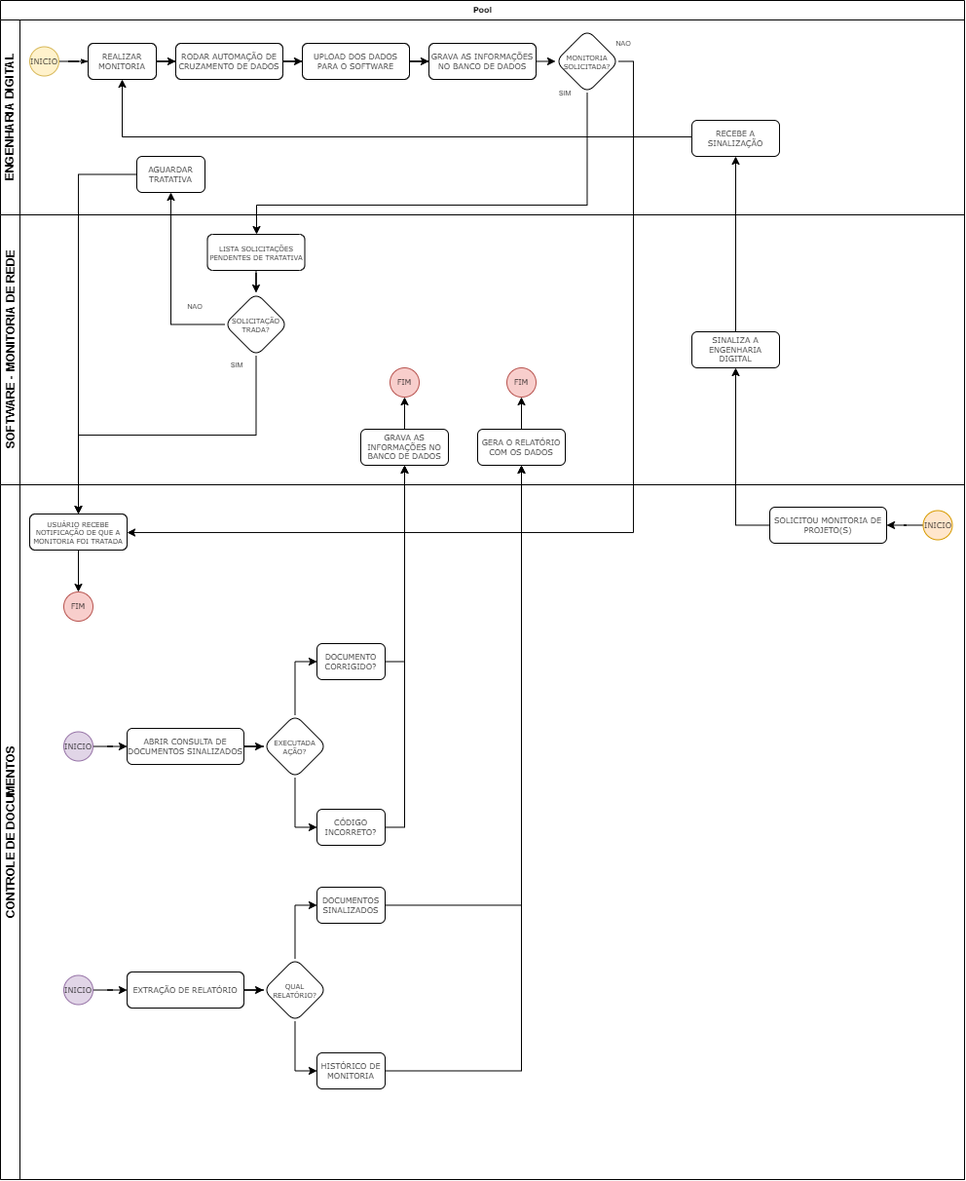
RogiNascimento/diagramas keeps this draw.io diagram as fluxo_atividade_monitoria_rede.png. Above is the earlier version. Source tidied: cells renumbered, new cells last; positions are measured from the earlier drawing's top-left corner, leaving out a move shared by most shapes.
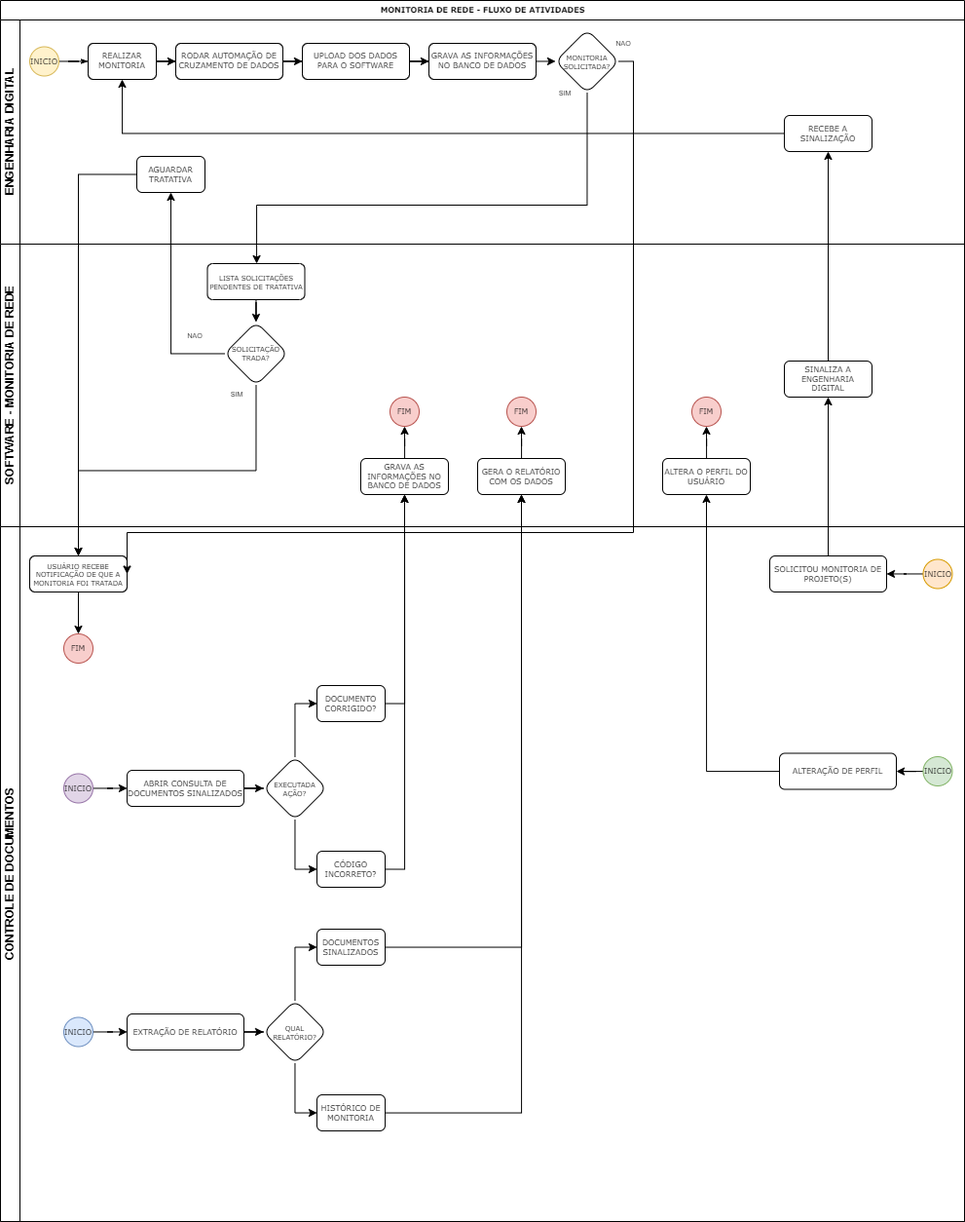
After the commit.

Diff of the diagram source:
```diff
@@ -2,11 +2,11 @@
   <root>
     <mxCell id="0" />
     <mxCell id="1" parent="0" />
-    <mxCell id="2" value="Pool" style="swimlane;html=1;horizontal=1;startSize=20;rounded=0;shadow=0;labelBackgroundColor=none;strokeWidth=1;fontFamily=Verdana;fontSize=8;align=center;" parent="1" vertex="1">
-      <mxGeometry width="990" height="1210" as="geometry" />
+    <mxCell id="2" value="MONITORIA DE REDE - FLUXO DE ATIVIDADES" style="swimlane;html=1;horizontal=1;startSize=20;rounded=0;shadow=0;labelBackgroundColor=none;strokeWidth=1;fontFamily=Verdana;fontSize=8;align=center;" parent="1" vertex="1">
+      <mxGeometry width="990" height="1253" as="geometry" />
     </mxCell>
     <mxCell id="3" value="ENGENHARIA DIGITAL" style="swimlane;html=1;startSize=20;horizontal=0;" parent="2" vertex="1">
-      <mxGeometry y="20" width="990" height="200" as="geometry" />
+      <mxGeometry y="20" width="990" height="230" as="geometry" />
     </mxCell>
     <mxCell id="4" style="edgeStyle=orthogonalEdgeStyle;rounded=0;html=1;labelBackgroundColor=none;startArrow=none;startFill=0;startSize=5;endArrow=classicThin;endFill=1;endSize=5;jettySize=auto;strokeWidth=1;fontFamily=Verdana;fontSize=8;" parent="3" edge="1" source="5" target="6">
       <mxGeometry relative="1" as="geometry" />
@@ -52,22 +52,17 @@
     <mxCell id="17" value="NAO" style="text;html=1;strokeColor=none;fillColor=none;align=center;verticalAlign=middle;whiteSpace=wrap;rounded=0;fontSize=7;" parent="3" vertex="1">
       <mxGeometry x="610" y="10" width="60" height="30" as="geometry" />
     </mxCell>
-    <mxCell id="18" style="edgeStyle=orthogonalEdgeStyle;rounded=0;jettySize=auto;html=1;entryX=0.5;entryY=1;entryDx=0;entryDy=0;fontSize=7;exitX=0;exitY=0.5;exitDx=0;exitDy=0;" parent="3" edge="1" source="19" target="6">
-      <mxGeometry relative="1" as="geometry">
-        <Array as="points">
-          <mxPoint x="710" y="120" />
-          <mxPoint x="125" y="120" />
-        </Array>
-      </mxGeometry>
+    <mxCell id="18" style="edgeStyle=orthogonalEdgeStyle;rounded=0;jettySize=auto;html=1;entryX=0.5;entryY=1;entryDx=0;entryDy=0;fontSize=7;" parent="3" edge="1" source="19" target="6">
+      <mxGeometry relative="1" as="geometry" />
     </mxCell>
     <mxCell id="19" value="RECEBE A SINALIZAÇÃO" style="rounded=1;whiteSpace=wrap;html=1;shadow=0;labelBackgroundColor=none;strokeWidth=1;fontFamily=Verdana;fontSize=8;align=center;" parent="3" vertex="1">
-      <mxGeometry x="710" y="103" width="90" height="37" as="geometry" />
+      <mxGeometry x="805" y="98" width="90" height="37" as="geometry" />
     </mxCell>
     <mxCell id="20" style="edgeStyle=orthogonalEdgeStyle;rounded=0;jettySize=auto;html=1;entryX=0.5;entryY=1;entryDx=0;entryDy=0;fontSize=7;" parent="2" edge="1" source="24" target="14">
       <mxGeometry relative="1" as="geometry" />
     </mxCell>
     <mxCell id="21" value="SOFTWARE - MONITORIA DE REDE" style="swimlane;html=1;startSize=20;horizontal=0;" parent="2" vertex="1">
-      <mxGeometry y="220" width="990" height="277" as="geometry" />
+      <mxGeometry y="250" width="990" height="290" as="geometry" />
     </mxCell>
     <mxCell id="22" style="edgeStyle=orthogonalEdgeStyle;rounded=0;jettySize=auto;html=1;fontSize=7;" parent="21" edge="1" source="23" target="24">
       <mxGeometry relative="1" as="geometry" />
@@ -94,7 +89,7 @@
       <mxGeometry relative="1" as="geometry" />
     </mxCell>
     <mxCell id="30" value="SINALIZA A ENGENHARIA DIGITAL" style="rounded=1;whiteSpace=wrap;html=1;shadow=0;labelBackgroundColor=none;strokeWidth=1;fontFamily=Verdana;fontSize=8;align=center;" parent="21" vertex="1">
-      <mxGeometry x="710" y="120" width="90" height="37" as="geometry" />
+      <mxGeometry x="805" y="120" width="90" height="37" as="geometry" />
     </mxCell>
     <mxCell id="31" style="edgeStyle=orthogonalEdgeStyle;rounded=0;jettySize=auto;html=1;fontSize=7;" parent="21" edge="1" source="32" target="33">
       <mxGeometry relative="1" as="geometry" />
@@ -105,8 +100,20 @@
     <mxCell id="33" value="FIM" style="ellipse;whiteSpace=wrap;html=1;rounded=0;shadow=0;labelBackgroundColor=none;strokeWidth=1;fontFamily=Verdana;fontSize=8;align=center;fillColor=#f8cecc;strokeColor=#b85450;" parent="21" vertex="1">
       <mxGeometry x="520" y="157" width="30" height="30" as="geometry" />
     </mxCell>
+    <mxCell id="69" style="edgeStyle=orthogonalEdgeStyle;rounded=0;jettySize=auto;html=1;fontSize=7;" parent="21" edge="1" source="70" target="71">
+      <mxGeometry relative="1" as="geometry" />
+    </mxCell>
+    <mxCell id="70" value="ALTERA O PERFIL DO USUÁRIO" style="rounded=1;whiteSpace=wrap;html=1;shadow=0;labelBackgroundColor=none;strokeWidth=1;fontFamily=Verdana;fontSize=8;align=center;" parent="21" vertex="1">
+      <mxGeometry x="680" y="220" width="90" height="37" as="geometry" />
+    </mxCell>
+    <mxCell id="71" value="FIM" style="ellipse;whiteSpace=wrap;html=1;rounded=0;shadow=0;labelBackgroundColor=none;strokeWidth=1;fontFamily=Verdana;fontSize=8;align=center;fillColor=#f8cecc;strokeColor=#b85450;" parent="21" vertex="1">
+      <mxGeometry x="710" y="157" width="30" height="30" as="geometry" />
+    </mxCell>
+    <mxCell id="66" style="edgeStyle=orthogonalEdgeStyle;rounded=0;jettySize=auto;html=1;fontSize=7;entryX=0.5;entryY=1;entryDx=0;entryDy=0;" parent="2" edge="1" source="30" target="19">
+      <mxGeometry relative="1" as="geometry" />
+    </mxCell>
     <mxCell id="34" value="CONTROLE DE DOCUMENTOS" style="swimlane;html=1;startSize=20;horizontal=0;" parent="2" vertex="1">
-      <mxGeometry y="497" width="990" height="713" as="geometry" />
+      <mxGeometry y="540" width="990" height="713" as="geometry" />
     </mxCell>
     <mxCell id="35" style="edgeStyle=orthogonalEdgeStyle;rounded=0;jettySize=auto;html=1;fontSize=7;" parent="34" edge="1" source="36" target="37">
       <mxGeometry relative="1" as="geometry" />
@@ -145,13 +152,13 @@
       <mxGeometry x="325" y="333" width="70" height="37" as="geometry" />
     </mxCell>
     <mxCell id="47" value="SOLICITOU MONITORIA DE PROJETO(S)" style="rounded=1;whiteSpace=wrap;html=1;shadow=0;labelBackgroundColor=none;strokeWidth=1;fontFamily=Verdana;fontSize=8;align=center;" parent="34" vertex="1">
-      <mxGeometry x="790" y="23" width="120" height="37" as="geometry" />
+      <mxGeometry x="790" y="30" width="120" height="37" as="geometry" />
     </mxCell>
     <mxCell id="48" style="edgeStyle=orthogonalEdgeStyle;rounded=0;jettySize=auto;html=1;fontSize=7;" parent="34" edge="1" source="49" target="47">
       <mxGeometry relative="1" as="geometry" />
     </mxCell>
     <mxCell id="49" value="INICIO" style="ellipse;whiteSpace=wrap;html=1;rounded=0;shadow=0;labelBackgroundColor=none;strokeWidth=1;fontFamily=Verdana;fontSize=8;align=center;fillColor=#ffe6cc;strokeColor=#d79b00;" parent="34" vertex="1">
-      <mxGeometry x="947.5" y="26.5" width="30" height="30" as="geometry" />
+      <mxGeometry x="947.5" y="33.5" width="30" height="30" as="geometry" />
     </mxCell>
     <mxCell id="50" style="edgeStyle=orthogonalEdgeStyle;rounded=0;jettySize=auto;html=1;fontSize=7;" parent="34" edge="1" source="51" target="56">
       <mxGeometry relative="1" as="geometry" />
@@ -162,7 +169,7 @@
     <mxCell id="52" style="edgeStyle=orthogonalEdgeStyle;rounded=0;jettySize=auto;html=1;fontSize=7;" parent="34" edge="1" source="53" target="51">
       <mxGeometry relative="1" as="geometry" />
     </mxCell>
-    <mxCell id="53" value="INICIO" style="ellipse;whiteSpace=wrap;html=1;rounded=0;shadow=0;labelBackgroundColor=none;strokeWidth=1;fontFamily=Verdana;fontSize=8;align=center;fillColor=#e1d5e7;strokeColor=#9673a6;" parent="34" vertex="1">
+    <mxCell id="53" value="INICIO" style="ellipse;whiteSpace=wrap;html=1;rounded=0;shadow=0;labelBackgroundColor=none;strokeWidth=1;fontFamily=Verdana;fontSize=8;align=center;fillColor=#dae8fc;strokeColor=#6c8ebf;" parent="34" vertex="1">
       <mxGeometry x="65" y="503.5" width="30" height="30" as="geometry" />
     </mxCell>
     <mxCell id="54" style="edgeStyle=orthogonalEdgeStyle;rounded=0;jettySize=auto;html=1;entryX=0;entryY=0.5;entryDx=0;entryDy=0;fontSize=7;" parent="34" edge="1" source="56" target="57">
@@ -180,6 +187,15 @@
     <mxCell id="58" value="HISTÓRICO DE MONITORIA" style="rounded=1;whiteSpace=wrap;html=1;shadow=0;labelBackgroundColor=none;strokeWidth=1;fontFamily=Verdana;fontSize=8;align=center;" parent="34" vertex="1">
       <mxGeometry x="325" y="583" width="70" height="37" as="geometry" />
     </mxCell>
+    <mxCell id="72" style="edgeStyle=orthogonalEdgeStyle;rounded=0;jettySize=auto;html=1;fontSize=7;" parent="34" edge="1" source="73" target="74">
+      <mxGeometry relative="1" as="geometry" />
+    </mxCell>
+    <mxCell id="73" value="INICIO" style="ellipse;whiteSpace=wrap;html=1;rounded=0;shadow=0;labelBackgroundColor=none;strokeWidth=1;fontFamily=Verdana;fontSize=8;align=center;fillColor=#d5e8d4;strokeColor=#82b366;" parent="34" vertex="1">
+      <mxGeometry x="947.5" y="236" width="30" height="30" as="geometry" />
+    </mxCell>
+    <mxCell id="74" value="ALTERAÇÃO DE PERFIL" style="rounded=1;whiteSpace=wrap;html=1;shadow=0;labelBackgroundColor=none;strokeWidth=1;fontFamily=Verdana;fontSize=8;align=center;" parent="34" vertex="1">
+      <mxGeometry x="800" y="232.5" width="120" height="37" as="geometry" />
+    </mxCell>
     <mxCell id="59" style="edgeStyle=orthogonalEdgeStyle;rounded=0;jettySize=auto;html=1;fontSize=7;exitX=0.5;exitY=1;exitDx=0;exitDy=0;" parent="2" edge="1" source="12" target="23">
       <mxGeometry relative="1" as="geometry">
         <Array as="points">
@@ -213,17 +229,17 @@
     <mxCell id="64" style="edgeStyle=orthogonalEdgeStyle;rounded=0;jettySize=auto;html=1;fontSize=7;entryX=0.5;entryY=1;entryDx=0;entryDy=0;exitX=1;exitY=0.5;exitDx=0;exitDy=0;" parent="2" edge="1" source="46" target="27">
       <mxGeometry relative="1" as="geometry" />
     </mxCell>
-    <mxCell id="65" style="edgeStyle=orthogonalEdgeStyle;rounded=0;jettySize=auto;html=1;entryX=0.5;entryY=1;entryDx=0;entryDy=0;fontSize=7;exitX=0;exitY=0.5;exitDx=0;exitDy=0;" parent="2" edge="1" source="47" target="30">
+    <mxCell id="65" style="edgeStyle=orthogonalEdgeStyle;rounded=0;jettySize=auto;html=1;entryX=0.5;entryY=1;entryDx=0;entryDy=0;fontSize=7;exitX=0.5;exitY=0;exitDx=0;exitDy=0;" parent="2" edge="1" source="47" target="30">
       <mxGeometry relative="1" as="geometry" />
     </mxCell>
-    <mxCell id="66" style="edgeStyle=orthogonalEdgeStyle;rounded=0;jettySize=auto;html=1;fontSize=7;entryX=0.5;entryY=1;entryDx=0;entryDy=0;" parent="2" edge="1" source="30" target="19">
-      <mxGeometry relative="1" as="geometry" />
-    </mxCell>
     <mxCell id="67" style="edgeStyle=orthogonalEdgeStyle;rounded=0;jettySize=auto;html=1;fontSize=7;entryX=0.5;entryY=1;entryDx=0;entryDy=0;" parent="2" edge="1" source="57" target="32">
       <mxGeometry relative="1" as="geometry" />
     </mxCell>
     <mxCell id="68" style="edgeStyle=orthogonalEdgeStyle;rounded=0;jettySize=auto;html=1;fontSize=7;entryX=0.5;entryY=1;entryDx=0;entryDy=0;" parent="2" edge="1" source="58" target="32">
       <mxGeometry relative="1" as="geometry" />
     </mxCell>
+    <mxCell id="75" style="edgeStyle=orthogonalEdgeStyle;rounded=0;jettySize=auto;html=1;entryX=0.5;entryY=1;entryDx=0;entryDy=0;fontSize=7;" parent="2" edge="1" source="74" target="70">
+      <mxGeometry relative="1" as="geometry" />
+    </mxCell>
   </root>
 </mxGraphModel>
```
